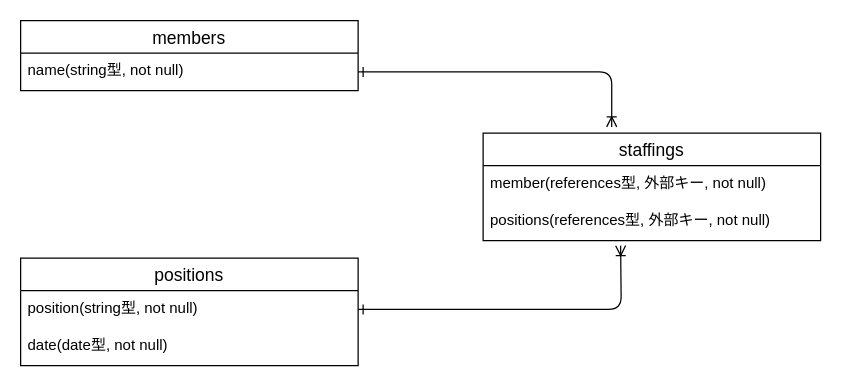
Earlier version of the draw.io diagram page "DB設計図" (1 of 2) of staffing.dio (kmt0224/staffing_app). Source tidied: cells renumbered, new cells numbered last; positions are measured from the earlier drawing's top-left corner, leaving out a move shared by most shapes. Both pictures are drawn from the tidied source at 125%, with x=0, y=0 at pixel (20, 20).
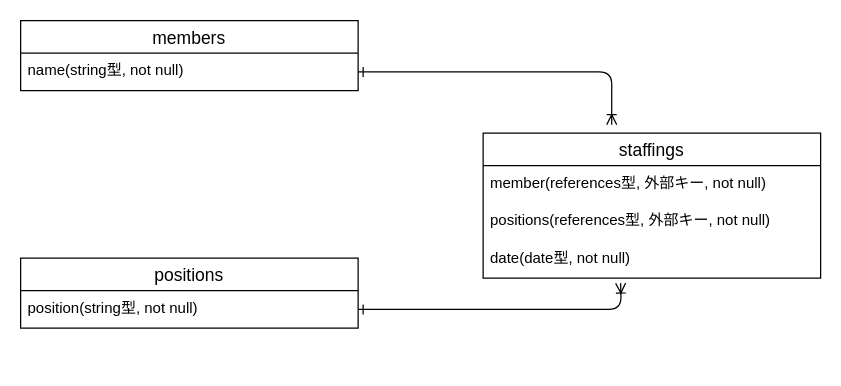
The same diagram, later.

Commit message:
データベース設計修正

What changed in the source:
```diff
@@
 <mxGraphModel>
   <root>
     <mxCell id="0" />
     <mxCell id="1" parent="0" />
     <mxCell id="2" value="members" style="swimlane;fontStyle=0;horizontal=1;startSize=26;align=center;fontSize=14;" parent="1" vertex="1">
       <mxGeometry width="270" height="56" as="geometry" />
     </mxCell>
     <mxCell id="3" value="name(string型, not null)&#10; " style="text;strokeColor=none;fillColor=none;spacingLeft=4;spacingRight=4;overflow=hidden;points=[[0,0.5],[1,0.5]];portConstraint=eastwest;fontSize=12;" parent="2" vertex="1">
       <mxGeometry y="26" width="270" height="30" as="geometry" />
     </mxCell>
     <mxCell id="4" value="positions" style="swimlane;fontStyle=0;horizontal=1;startSize=26;align=center;fontSize=14;" parent="1" vertex="1">
-      <mxGeometry y="190" width="270" height="86" as="geometry" />
+      <mxGeometry y="190" width="270" height="56" as="geometry" />
     </mxCell>
     <mxCell id="5" value="position(string型, not null)&#10;" style="text;strokeColor=none;fillColor=none;spacingLeft=4;spacingRight=4;overflow=hidden;points=[[0,0.5],[1,0.5]];portConstraint=eastwest;fontSize=12;" parent="4" vertex="1">
       <mxGeometry y="26" width="270" height="30" as="geometry" />
     </mxCell>
-    <mxCell id="6" value="date(date型, not null)" style="text;strokeColor=none;fillColor=none;spacingLeft=4;spacingRight=4;overflow=hidden;fontSize=12;" parent="4" vertex="1">
-      <mxGeometry y="56" width="270" height="30" as="geometry" />
-    </mxCell>
     <mxCell id="7" value="staffings" style="swimlane;fontStyle=0;horizontal=1;startSize=26;align=center;fontSize=14;" parent="1" vertex="1">
-      <mxGeometry x="370" y="90" width="270" height="86" as="geometry" />
+      <mxGeometry x="370" y="90" width="270" height="116" as="geometry" />
     </mxCell>
     <mxCell id="8" value="member(references型, 外部キー, not null)" style="text;strokeColor=none;fillColor=none;spacingLeft=4;spacingRight=4;overflow=hidden;fontSize=12;" parent="7" vertex="1">
       <mxGeometry y="26" width="270" height="30" as="geometry" />
     </mxCell>
     <mxCell id="9" value="positions(references型, 外部キー, not null)" style="text;strokeColor=none;fillColor=none;spacingLeft=4;spacingRight=4;overflow=hidden;fontSize=12;" parent="7" vertex="1">
       <mxGeometry y="56" width="270" height="30" as="geometry" />
     </mxCell>
+    <mxCell id="6" value="date(date型, not null)" style="text;strokeColor=none;fillColor=none;spacingLeft=4;spacingRight=4;overflow=hidden;fontSize=12;shadow=0;" parent="7" vertex="1">
+      <mxGeometry y="86" width="270" height="30" as="geometry" />
+    </mxCell>
     <mxCell id="10" style="edgeStyle=orthogonalEdgeStyle;html=1;exitX=1;exitY=0.5;exitDx=0;exitDy=0;entryX=0.381;entryY=-0.058;entryDx=0;entryDy=0;entryPerimeter=0;endArrow=ERoneToMany;endFill=0;startArrow=ERone;startFill=0;" parent="1" edge="1" source="3" target="7">
       <mxGeometry relative="1" as="geometry" />
     </mxCell>
     <mxCell id="11" style="edgeStyle=orthogonalEdgeStyle;html=1;endArrow=ERoneToMany;endFill=0;startArrow=ERone;startFill=0;" parent="1" edge="1" source="5">
       <mxGeometry relative="1" as="geometry">
-        <mxPoint x="480" y="180" as="targetPoint" />
+        <mxPoint x="480" y="210" as="targetPoint" />
       </mxGeometry>
     </mxCell>
   </root>
 </mxGraphModel>
```
